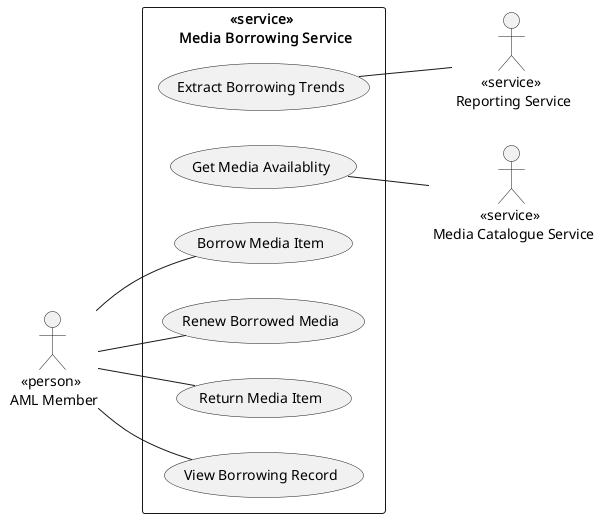
Nox-iv/group-11 keeps this PlantUML diagram as documentation/use-cases/media-borrowing/media-borrowing.png. Above is the earlier version.
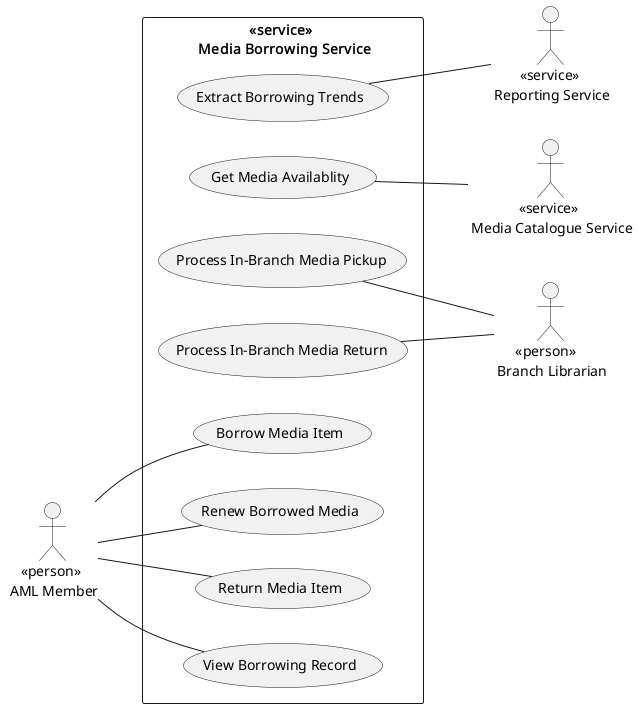
The same diagram one commit later.

Commit message:
Add use cases for branch librarian to media borrowing use-case diagram.

Change to the diagram source:
```diff
@@ -8,9 +8,12 @@
     (View Borrowing Record) as view_borrowing_record
     (Get Media Availablity) as get_availability
     (Extract Borrowing Trends) as extract_trends
+    (Process In-Branch Media Return) as process_return
+    (Process In-Branch Media Pickup) as process_pickup
 }
 
 :    <<person>> \n AML Member: as aml_member
+:      <<person>> \n Branch Librarian: as librarian
 :              <<service>> \n Media Catalogue Service: as media_catalogue
 :        <<service>> \n Reporting Service: as reporting_service
 
@@ -19,6 +22,9 @@
 aml_member -- renew_media
 aml_member -- return_media
 aml_member -- view_borrowing_record
+librarian -u- process_return
+librarian -u- process_pickup
+
 media_catalogue -u- get_availability
 reporting_service -u- extract_trends
 
```
